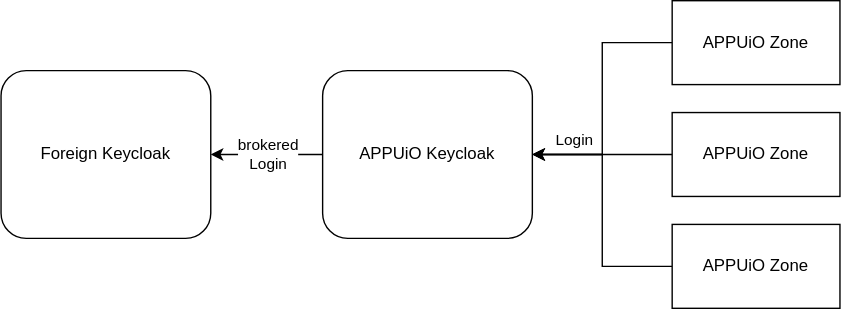
The draw.io diagram docs/modules/ROOT/assets/images/how-to/keycloak-brokering.drawio.svg in appuio/appuio-io-docs, before a commit. Source tidied: cells renumbered, new cells last; positions are measured from the earlier drawing's top-left corner, leaving out a move shared by most shapes.
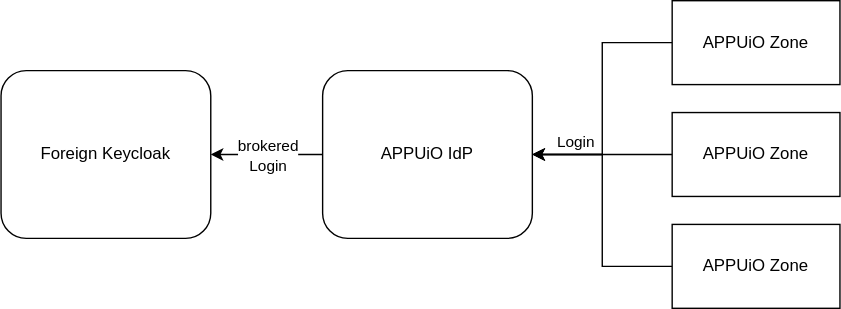
After the commit.

What changed in the source:
```diff
@@ -10,7 +10,7 @@
         <mxPoint x="10" y="1" as="offset" />
       </mxGeometry>
     </mxCell>
-    <mxCell id="4" value="APPUiO Keycloak" style="rounded=1;whiteSpace=wrap;html=1;" parent="1" vertex="1">
+    <mxCell id="4" value="APPUiO IdP" style="rounded=1;whiteSpace=wrap;html=1;" parent="1" vertex="1">
       <mxGeometry x="230" y="50" width="150" height="120" as="geometry" />
     </mxCell>
     <mxCell id="5" style="edgeStyle=orthogonalEdgeStyle;rounded=0;jettySize=auto;html=1;exitX=0;exitY=0.5;exitDx=0;exitDy=0;entryX=1;entryY=0.5;entryDx=0;entryDy=0;" parent="1" edge="1" source="6" target="4">
```
